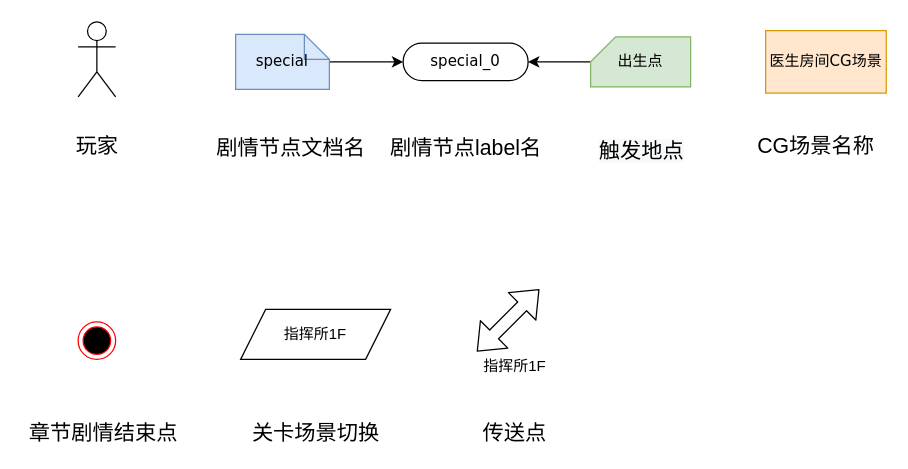
kwh3884858/Hippocampus keeps this draw.io diagram as page "UML示例图" (1 of 3) of Tools/LevelDesignUML/LevelDesignExample .drawio. Above is the earlier version. Source tidied: cells renumbered, new cells numbered last; positions are measured from the earlier drawing's top-left corner, leaving out a move shared by most shapes. Both pictures are drawn from the tidied source at 125%, with x=0, y=0 at pixel (21, 21).
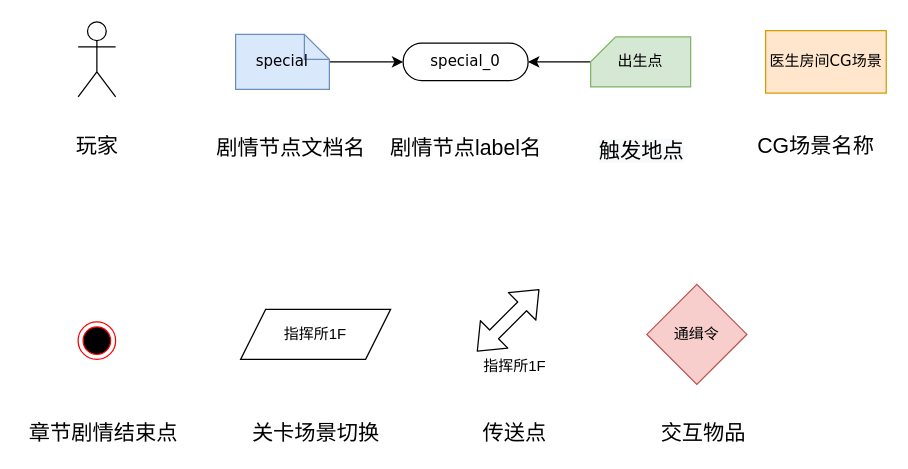
Above is the later version.

The edit, as a diff of the source:
```diff
@@
+    <mxCell id="21" value="通缉令" style="rhombus;whiteSpace=wrap;html=1;align=center;fillColor=#f8cecc;strokeColor=#b85450;" parent="1" vertex="1">
+      <mxGeometry x="500" y="210" width="80" height="80" as="geometry" />
+    </mxCell>
+    <mxCell id="22" value="&lt;font style=&quot;font-size: 17px&quot;&gt;交互物品&lt;/font&gt;" style="text;html=1;align=center;verticalAlign=middle;" parent="1" vertex="1">
+      <mxGeometry x="505" y="320" width="80" height="20" as="geometry" />
+    </mxCell>
```
